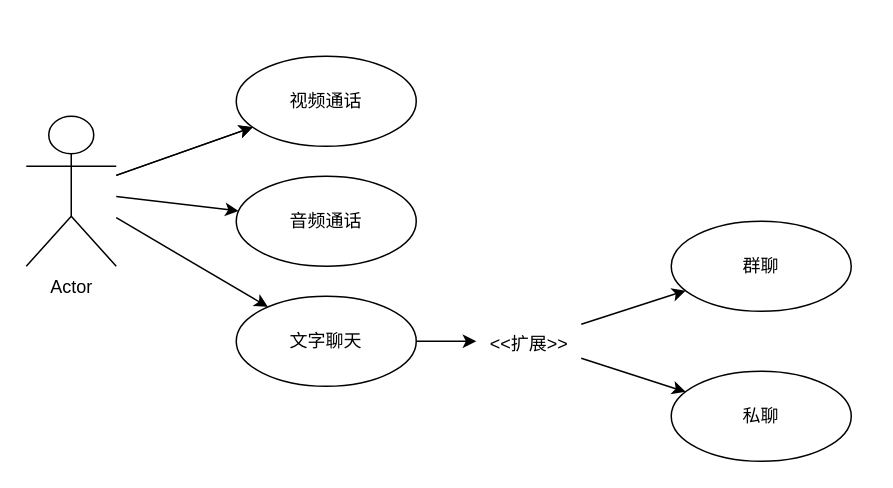
Earlier version of the draw.io diagram drawio/音视频模块用例图.drawio (jhongxu/image-hosting). Source tidied: cells renumbered, new cells numbered last; positions are measured from the earlier drawing's top-left corner, leaving out a move shared by most shapes. Both pictures are drawn from the tidied source at 150%, with x=0, y=0 at pixel (26, 56).
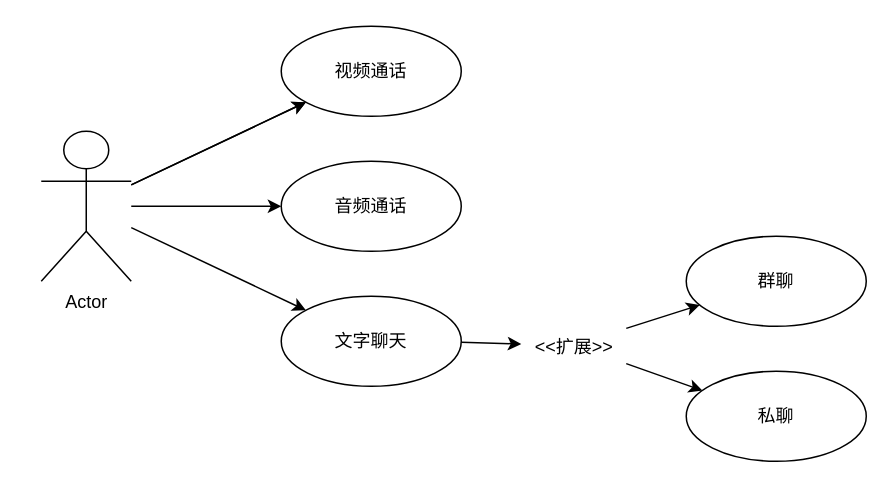
After the change.

Commit message (it also covers changes not shown here):
更新音视频模块用例图.drawio

Change to the diagram source:
```diff
@@
 <mxGraphModel>
   <root>
     <mxCell id="0" />
     <mxCell id="1" parent="0" />
-    <mxCell id="2" style="rounded=0;jettySize=auto;html=1;" parent="1" edge="1" source="6" target="7">
-      <mxGeometry relative="1" as="geometry" />
-    </mxCell>
-    <mxCell id="3" style="edgeStyle=none;rounded=0;jettySize=auto;html=1;" parent="1" edge="1" source="6" target="7">
-      <mxGeometry relative="1" as="geometry" />
-    </mxCell>
+    <mxCell id="16" style="rounded=0;jettySize=auto;html=1;" parent="1" edge="1" source="6" target="7">
+      <mxGeometry relative="1" as="geometry" />
+    </mxCell>
+    <mxCell id="17" style="edgeStyle=none;rounded=0;jettySize=auto;html=1;" parent="1" edge="1" source="6" target="7">
+      <mxGeometry relative="1" as="geometry" />
+    </mxCell>
     <mxCell id="4" style="edgeStyle=none;rounded=0;jettySize=auto;html=1;" parent="1" edge="1" source="6" target="8">
       <mxGeometry relative="1" as="geometry" />
     </mxCell>
     <mxCell id="5" style="edgeStyle=none;rounded=0;jettySize=auto;html=1;" parent="1" edge="1" source="6" target="10">
       <mxGeometry relative="1" as="geometry" />
     </mxCell>
     <mxCell id="6" value="Actor" style="shape=umlActor;verticalLabelPosition=bottom;verticalAlign=top;html=1;outlineConnect=0;" parent="1" vertex="1">
-      <mxGeometry y="40" width="60" height="100" as="geometry" />
+      <mxGeometry x="10" y="50" width="60" height="100" as="geometry" />
     </mxCell>
     <mxCell id="7" value="视频通话" style="ellipse;whiteSpace=wrap;html=1;verticalAlign=middle;align=center;" parent="1" vertex="1">
-      <mxGeometry x="140" width="120" height="60" as="geometry" />
+      <mxGeometry x="170" y="-20" width="120" height="60" as="geometry" />
     </mxCell>
     <mxCell id="8" value="音频通话" style="ellipse;whiteSpace=wrap;html=1;verticalAlign=middle;" parent="1" vertex="1">
-      <mxGeometry x="140" y="80" width="120" height="60" as="geometry" />
+      <mxGeometry x="170" y="70" width="120" height="60" as="geometry" />
     </mxCell>
     <mxCell id="9" style="edgeStyle=none;rounded=0;jettySize=auto;html=1;" parent="1" edge="1" source="10" target="13">
       <mxGeometry relative="1" as="geometry" />
     </mxCell>
     <mxCell id="10" value="文字聊天" style="ellipse;whiteSpace=wrap;html=1;verticalAlign=middle;" parent="1" vertex="1">
-      <mxGeometry x="140" y="160" width="120" height="60" as="geometry" />
+      <mxGeometry x="170" y="160" width="120" height="60" as="geometry" />
     </mxCell>
     <mxCell id="11" style="edgeStyle=none;rounded=0;jettySize=auto;html=1;" parent="1" edge="1" source="13" target="14">
       <mxGeometry relative="1" as="geometry" />
     </mxCell>
     <mxCell id="12" style="edgeStyle=none;rounded=0;jettySize=auto;html=1;" parent="1" edge="1" source="13" target="15">
       <mxGeometry relative="1" as="geometry" />
     </mxCell>
     <mxCell id="13" value="&amp;lt;&amp;lt;扩展&amp;gt;&amp;gt;" style="text;html=1;align=center;" parent="1" vertex="1">
-      <mxGeometry x="300" y="177.5" width="70" height="25" as="geometry" />
+      <mxGeometry x="330" y="180" width="70" height="25" as="geometry" />
     </mxCell>
     <mxCell id="14" value="群聊" style="ellipse;whiteSpace=wrap;html=1;" parent="1" vertex="1">
-      <mxGeometry x="430" y="110" width="120" height="60" as="geometry" />
+      <mxGeometry x="440" y="120" width="120" height="60" as="geometry" />
     </mxCell>
     <mxCell id="15" value="私聊" style="ellipse;whiteSpace=wrap;html=1;" parent="1" vertex="1">
-      <mxGeometry x="430" y="210" width="120" height="60" as="geometry" />
+      <mxGeometry x="440" y="210" width="120" height="60" as="geometry" />
     </mxCell>
   </root>
 </mxGraphModel>
```
